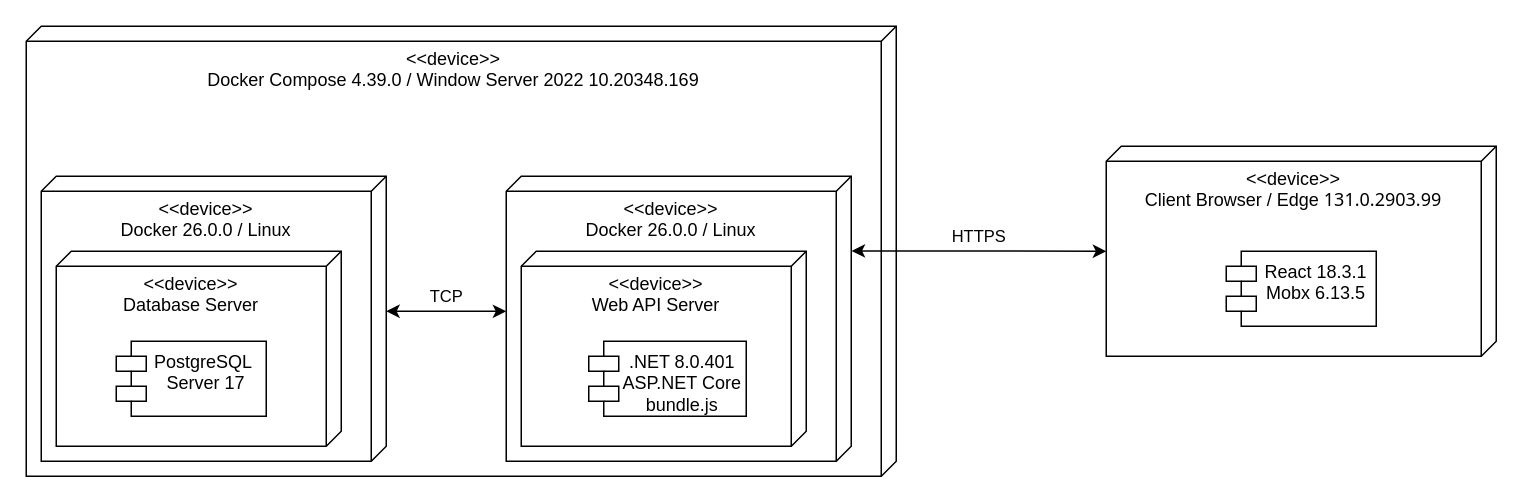
Before: DEPLOY.drawio in DioMain/BYTUBE, a draw.io diagram. Source tidied: cells renumbered, new cells numbered last; positions are measured from the earlier drawing's top-left corner, leaving out a move shared by most shapes. Both pictures are drawn from the tidied source at 150%, with x=0, y=0 at pixel (26, 26).
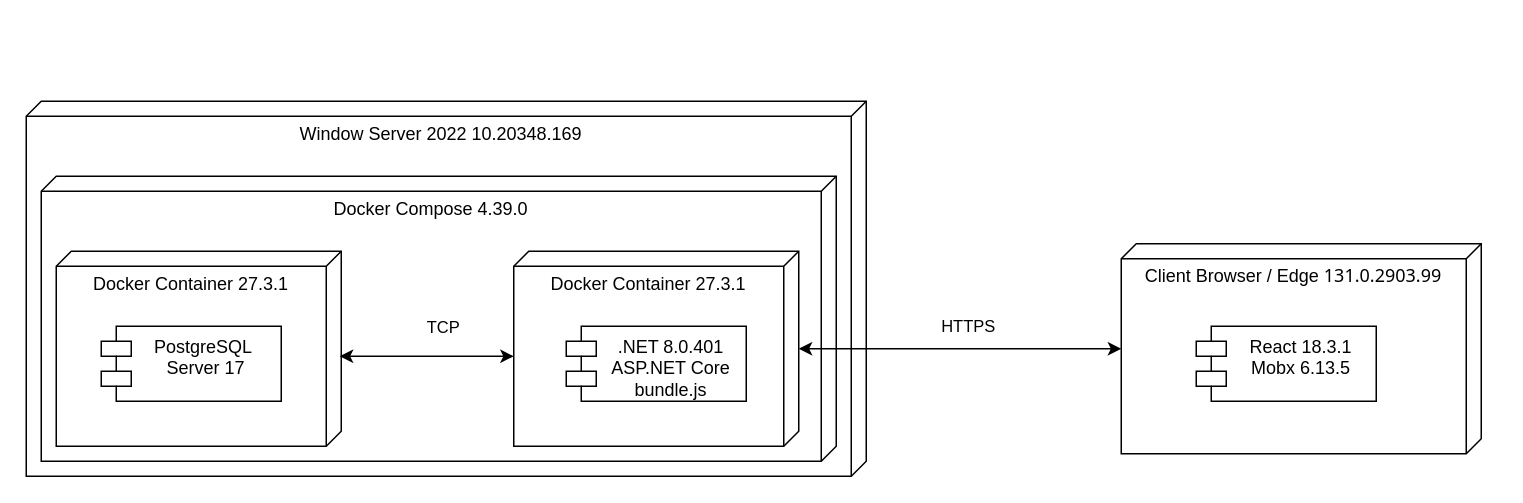
Above is the later version.

Diff of the diagram source:
```diff
@@
 <mxGraphModel>
   <root>
     <mxCell id="0" />
     <mxCell id="1" parent="0" />
-    <mxCell id="2" value="&lt;font style=&quot;font-size: 12px;&quot;&gt;&amp;lt;&amp;lt;device&amp;gt;&amp;gt;&lt;/font&gt;&lt;div style=&quot;&quot;&gt;Docker Compose 4.39.0 / Window Server 2022 10.20348.169&lt;/div&gt;" style="verticalAlign=top;align=center;spacingTop=8;spacingLeft=2;spacingRight=12;shape=cube;size=10;direction=south;fontStyle=0;html=1;whiteSpace=wrap;" parent="1" vertex="1">
-      <mxGeometry width="580" height="300" as="geometry" />
+    <mxCell id="2" value="&lt;div style=&quot;&quot;&gt;&amp;nbsp;Window Server 2022 10.20348.169&lt;/div&gt;" style="verticalAlign=top;align=center;spacingTop=8;spacingLeft=2;spacingRight=12;shape=cube;size=10;direction=south;fontStyle=0;html=1;whiteSpace=wrap;" parent="1" vertex="1">
+      <mxGeometry y="50" width="560" height="250" as="geometry" />
     </mxCell>
-    <mxCell id="3" value="&lt;font style=&quot;font-size: 12px;&quot;&gt;&amp;lt;&amp;lt;device&amp;gt;&amp;gt;&lt;/font&gt;&lt;div style=&quot;&quot;&gt;Docker 26.0.0 / Linux&lt;/div&gt;" style="verticalAlign=top;align=center;spacingTop=8;spacingLeft=2;spacingRight=12;shape=cube;size=10;direction=south;fontStyle=0;html=1;whiteSpace=wrap;" parent="1" vertex="1">
-      <mxGeometry x="10" y="100" width="230" height="190" as="geometry" />
+    <mxCell id="3" value="&lt;div style=&quot;&quot;&gt;Docker Compose 4.39.0&lt;br&gt;&lt;/div&gt;" style="verticalAlign=top;align=center;spacingTop=8;spacingLeft=2;spacingRight=12;shape=cube;size=10;direction=south;fontStyle=0;html=1;whiteSpace=wrap;" parent="1" vertex="1">
+      <mxGeometry x="10" y="100" width="530" height="190" as="geometry" />
     </mxCell>
-    <mxCell id="4" value="&lt;font style=&quot;font-size: 12px;&quot;&gt;&amp;lt;&amp;lt;device&amp;gt;&amp;gt;&lt;/font&gt;&lt;div style=&quot;&quot;&gt;Database Server&lt;/div&gt;" style="verticalAlign=top;align=center;spacingTop=8;spacingLeft=2;spacingRight=12;shape=cube;size=10;direction=south;fontStyle=0;html=1;whiteSpace=wrap;" parent="1" vertex="1">
+    <mxCell id="4" value="&lt;div style=&quot;&quot;&gt;Docker Container 27.3.1&lt;/div&gt;&lt;div style=&quot;&quot;&gt;&lt;br&gt;&lt;/div&gt;" style="verticalAlign=top;align=center;spacingTop=8;spacingLeft=2;spacingRight=12;shape=cube;size=10;direction=south;fontStyle=0;html=1;whiteSpace=wrap;" parent="1" vertex="1">
       <mxGeometry x="20" y="150" width="190" height="130" as="geometry" />
     </mxCell>
     <mxCell id="5" value="PostgreSQL&amp;nbsp;&lt;div&gt;Server 17&lt;/div&gt;" style="shape=module;align=left;spacingLeft=20;align=center;verticalAlign=top;whiteSpace=wrap;html=1;" parent="1" vertex="1">
-      <mxGeometry x="60" y="210" width="100" height="50" as="geometry" />
+      <mxGeometry x="50" y="200" width="120" height="50" as="geometry" />
     </mxCell>
-    <mxCell id="6" value="&lt;font style=&quot;font-size: 12px;&quot;&gt;&amp;lt;&amp;lt;device&amp;gt;&amp;gt;&lt;/font&gt;&lt;div style=&quot;&quot;&gt;Docker 26.0.0 / Linux&lt;/div&gt;" style="verticalAlign=top;align=center;spacingTop=8;spacingLeft=2;spacingRight=12;shape=cube;size=10;direction=south;fontStyle=0;html=1;whiteSpace=wrap;" parent="1" vertex="1">
-      <mxGeometry x="320" y="100" width="230" height="190" as="geometry" />
-    </mxCell>
-    <mxCell id="7" value="&lt;font style=&quot;font-size: 12px;&quot;&gt;&amp;lt;&amp;lt;device&amp;gt;&amp;gt;&lt;/font&gt;&lt;div style=&quot;&quot;&gt;Web API Server&lt;/div&gt;" style="verticalAlign=top;align=center;spacingTop=8;spacingLeft=2;spacingRight=12;shape=cube;size=10;direction=south;fontStyle=0;html=1;whiteSpace=wrap;" parent="1" vertex="1">
-      <mxGeometry x="330" y="150" width="190" height="130" as="geometry" />
+    <mxCell id="7" value="&lt;div style=&quot;&quot;&gt;Docker Container 27.3.1&lt;br&gt;&lt;/div&gt;" style="verticalAlign=top;align=center;spacingTop=8;spacingLeft=2;spacingRight=12;shape=cube;size=10;direction=south;fontStyle=0;html=1;whiteSpace=wrap;" parent="1" vertex="1">
+      <mxGeometry x="325" y="150" width="190" height="130" as="geometry" />
     </mxCell>
     <mxCell id="8" value=".NET 8.0.401&lt;div&gt;ASP.NET Core&lt;br&gt;bundle.js&lt;br&gt;&lt;/div&gt;" style="shape=module;align=left;spacingLeft=20;align=center;verticalAlign=top;whiteSpace=wrap;html=1;" parent="1" vertex="1">
-      <mxGeometry x="375" y="210" width="105" height="50" as="geometry" />
+      <mxGeometry x="360" y="200" width="120" height="50" as="geometry" />
     </mxCell>
-    <mxCell id="9" value="TCP" style="edgeStyle=orthogonalEdgeStyle;rounded=0;jettySize=auto;html=1;exitX=0;exitY=0;exitDx=90;exitDy=0;exitPerimeter=0;entryX=0.474;entryY=1;entryDx=0;entryDy=0;entryPerimeter=0;startArrow=classic;startFill=1;" parent="1" edge="1" source="3" target="6">
-      <mxGeometry y="-10" relative="1" as="geometry">
-        <mxPoint y="-20" as="offset" />
+    <mxCell id="9" value="TCP" style="edgeStyle=orthogonalEdgeStyle;rounded=0;jettySize=auto;html=1;exitX=0;exitY=0;exitDx=70;exitDy=190;exitPerimeter=0;startArrow=classic;startFill=1;" parent="1" edge="1" source="7">
+      <mxGeometry x="-0.01" y="-10" relative="1" as="geometry">
+        <mxPoint x="209" y="220" as="targetPoint" />
+        <mxPoint x="10" y="-10" as="offset" />
       </mxGeometry>
     </mxCell>
-    <mxCell id="10" value="&lt;font style=&quot;font-size: 12px;&quot;&gt;&amp;lt;&amp;lt;device&amp;gt;&amp;gt;&lt;/font&gt;&lt;div style=&quot;&quot;&gt;Client Browser / Edge&amp;nbsp;&lt;span style=&quot;font-family: &amp;quot;system-ui&amp;quot;, sans-serif; text-align: start; background-color: rgb(255, 255, 255);&quot;&gt;131.0.2903.99&lt;/span&gt;&lt;/div&gt;" style="verticalAlign=top;align=center;spacingTop=8;spacingLeft=2;spacingRight=12;shape=cube;size=10;direction=south;fontStyle=0;html=1;whiteSpace=wrap;" parent="1" vertex="1">
-      <mxGeometry x="720" y="80" width="260" height="140" as="geometry" />
+    <mxCell id="10" value="&lt;div style=&quot;&quot;&gt;Client Browser / Edge&amp;nbsp;&lt;span style=&quot;font-family: &amp;quot;system-ui&amp;quot;, sans-serif; text-align: start; background-color: rgb(255, 255, 255);&quot;&gt;131.0.2903.99&lt;/span&gt;&lt;/div&gt;" style="verticalAlign=top;align=center;spacingTop=8;spacingLeft=2;spacingRight=12;shape=cube;size=10;direction=south;fontStyle=0;html=1;whiteSpace=wrap;" parent="1" vertex="1">
+      <mxGeometry x="730" y="145" width="240" height="140" as="geometry" />
     </mxCell>
     <mxCell id="11" value="React 18.3.1&lt;div&gt;Mobx 6.13.5&lt;/div&gt;" style="shape=module;align=left;spacingLeft=20;align=center;verticalAlign=top;whiteSpace=wrap;html=1;" parent="1" vertex="1">
-      <mxGeometry x="800" y="150" width="100" height="50" as="geometry" />
+      <mxGeometry x="780" y="200" width="120" height="50" as="geometry" />
     </mxCell>
-    <mxCell id="12" value="HTTPS" style="edgeStyle=orthogonalEdgeStyle;shape=connector;rounded=0;jettySize=auto;html=1;strokeColor=default;align=center;verticalAlign=middle;fontFamily=Helvetica;fontSize=11;fontColor=default;labelBackgroundColor=default;startArrow=classic;startFill=1;endArrow=classic;exitX=0.262;exitY=-0.001;exitDx=0;exitDy=0;exitPerimeter=0;" parent="1" edge="1" source="6" target="10">
-      <mxGeometry y="10" relative="1" as="geometry" />
+    <mxCell id="12" value="HTTPS" style="edgeStyle=orthogonalEdgeStyle;shape=connector;rounded=0;jettySize=auto;html=1;strokeColor=default;align=center;verticalAlign=middle;fontFamily=Helvetica;fontSize=11;fontColor=default;labelBackgroundColor=default;startArrow=classic;startFill=1;endArrow=classic;" parent="1" edge="1" source="7" target="10">
+      <mxGeometry x="0.05" y="15" relative="1" as="geometry" />
     </mxCell>
   </root>
 </mxGraphModel>
```
